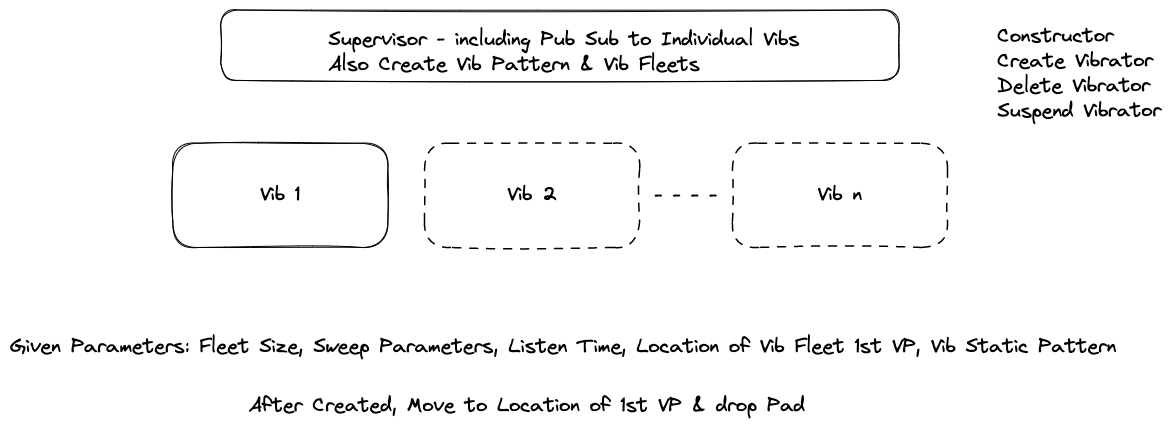
The Excalidraw diagram backend/eSeismic Create Vibrator Fleet.excalidraw.png in 11646729/golf-2, before a commit. Source tidied: one line per element, renumbered; positions are measured from the earlier drawing's top-left corner, leaving out a move shared by most shapes. The source it was exported from:
```json
{"id": 0, "type": "rectangle", "strokeColor": "#000000", "strokeWidth": 1, "roughness": 1, "round": true, "x": 211, "y": 0, "width": 678, "height": 70}
{"id": 1, "type": "text", "text": "Supervisor - including Pub Sub to Individual Vibs\nAlso Create Vib Pattern & Vib Fleets", "strokeColor": "#000000", "strokeWidth": 1, "roughness": 1, "fontSize": 20, "fontFamily": 1, "x": 318, "y": 17, "width": 471, "height": 50}
{"id": 2, "type": "rectangle", "strokeColor": "#000000", "strokeWidth": 1, "roughness": 1, "round": true, "x": 163, "y": 133, "width": 215, "height": 104}
{"id": 3, "type": "text", "text": "Vib 1", "strokeColor": "#000000", "strokeWidth": 1, "roughness": 1, "fontSize": 20, "fontFamily": 1, "textAlign": "center", "verticalAlign": "middle", "inside": 2, "x": 250, "y": 173, "width": 41, "height": 23}
{"id": 4, "type": "rectangle", "strokeColor": "#000000", "strokeWidth": 1, "strokeStyle": "dashed", "roughness": 1, "round": true, "x": 415, "y": 133, "width": 215, "height": 104}
{"id": 5, "type": "text", "text": "Vib 2", "strokeColor": "#000000", "strokeWidth": 1, "roughness": 1, "fontSize": 20, "fontFamily": 1, "textAlign": "center", "verticalAlign": "middle", "inside": 4, "x": 497, "y": 173, "width": 50, "height": 23}
{"id": 6, "type": "rectangle", "strokeColor": "#000000", "strokeWidth": 1, "strokeStyle": "dashed", "roughness": 1, "round": true, "x": 722, "y": 133, "width": 215, "height": 104}
{"id": 7, "type": "text", "text": "Vib n", "strokeColor": "#000000", "strokeWidth": 1, "roughness": 1, "fontSize": 20, "fontFamily": 1, "textAlign": "center", "verticalAlign": "middle", "inside": 6, "x": 807, "y": 173, "width": 45, "height": 23}
{"id": 8, "type": "text", "text": "Constructor\nCreate Vibrator\nDelete Vibrator\nSuspend Vibrator", "strokeColor": "#000000", "angle": 6.28, "strokeWidth": 1, "roughness": 1, "fontSize": 20, "fontFamily": 1, "x": 987, "y": 13, "width": 165, "height": 100}
{"id": 9, "type": "text", "text": "Given Parameters: Fleet Size, Sweep Parameters, Listen Time, Location of Vib Fleet 1st VP, Vib Static Pattern", "strokeColor": "#000000", "strokeWidth": 1, "roughness": 1, "fontSize": 20, "fontFamily": 1, "x": 0, "y": 324, "width": 1107, "height": 25}
{"id": 10, "type": "text", "text": "- - - -", "strokeColor": "#000000", "strokeWidth": 1, "roughness": 1, "fontSize": 20, "fontFamily": 1, "x": 644, "y": 173, "width": 64, "height": 25}
{"id": 11, "type": "text", "text": "After Created, Move to Location of 1st VP & drop Pad", "strokeColor": "#000000", "strokeWidth": 1, "roughness": 1, "fontSize": 20, "fontFamily": 1, "x": 239, "y": 383, "width": 557, "height": 25}
```
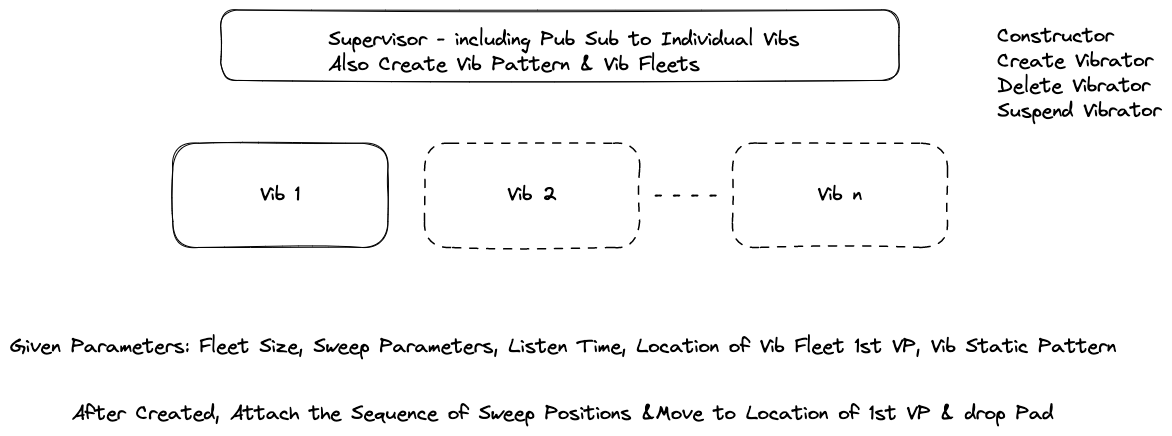
After the change.

What changed in the source:
```diff
@@ -9,4 +9,4 @@
 {"id": 8, "type": "text", "text": "Constructor\nCreate Vibrator\nDelete Vibrator\nSuspend Vibrator", "strokeColor": "#000000", "angle": 6.28, "strokeWidth": 1, "roughness": 1, "fontSize": 20, "fontFamily": 1, "x": 987, "y": 13, "width": 165, "height": 100}
 {"id": 9, "type": "text", "text": "Given Parameters: Fleet Size, Sweep Parameters, Listen Time, Location of Vib Fleet 1st VP, Vib Static Pattern", "strokeColor": "#000000", "strokeWidth": 1, "roughness": 1, "fontSize": 20, "fontFamily": 1, "x": 0, "y": 324, "width": 1107, "height": 25}
 {"id": 10, "type": "text", "text": "- - - -", "strokeColor": "#000000", "strokeWidth": 1, "roughness": 1, "fontSize": 20, "fontFamily": 1, "x": 644, "y": 173, "width": 64, "height": 25}
-{"id": 11, "type": "text", "text": "After Created, Move to Location of 1st VP & drop Pad", "strokeColor": "#000000", "strokeWidth": 1, "roughness": 1, "fontSize": 20, "fontFamily": 1, "x": 239, "y": 383, "width": 557, "height": 25}
+{"id": 11, "type": "text", "text": "After Created, Attach the Sequence of Sweep Positions &Move to Location of 1st VP & drop Pad", "strokeColor": "#000000", "strokeWidth": 1, "roughness": 1, "fontSize": 20, "fontFamily": 1, "x": 62, "y": 391, "width": 983, "height": 25}
```
